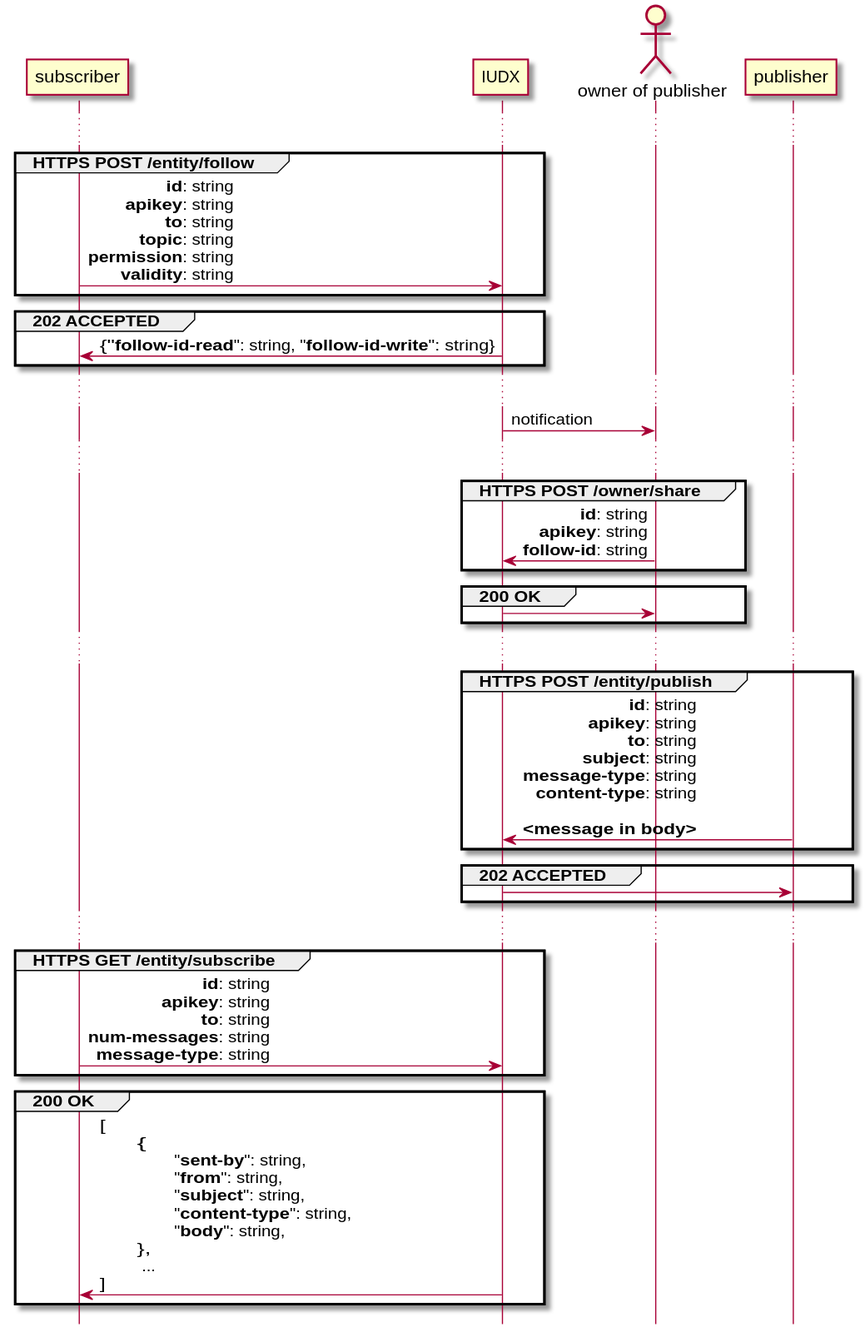
Above: DOCS/api/publish.svg in rbccps-iisc/corinthian (PlantUML), before the change.
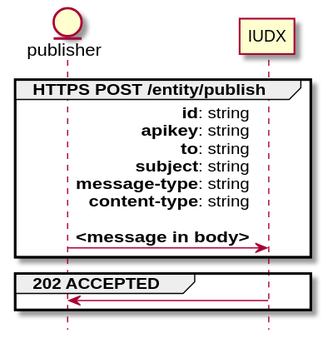
The same diagram one commit later.

Commit message:
[skip travis] update diagrams

Diff of the diagram source:
```diff
@@ -1,38 +1,7 @@
 @startuml
 hide footbox
 
-
-
-...
-group HTTPS POST /entity/follow
-subscriber -> IUDX: **id**: string\r**apikey**: string\r**to**: string\r**topic**: string\r**permission**: string\r**validity**: string
-end
-
-group 202 ACCEPTED
-IUDX -> subscriber: {"**follow-id-read**": string, "**follow-id-write**": string}
-end
-
-...
-
-    actor "owner of publisher"
-
-	participant publisher
-
-
-
-IUDX -> "owner of publisher" : notification
-
-...
-
-group HTTPS POST /owner/share
-"owner of publisher" -> IUDX : **id**: string\r**apikey**: string\r**follow-id**: string
-end
-
-group 200 OK
-IUDX -> "owner of publisher"
-end
-
-...
+entity publisher
 
 group HTTPS POST /entity/publish
 publisher -> IUDX: **id**: string\r**apikey**: string\r**to**: string\r**subject**: string\r**message-type**: string\r**content-type**: string\r\r**<message in body>**
@@ -41,14 +10,4 @@
 group 202 ACCEPTED
 IUDX -> publisher:
 end
-
-...
-group HTTPS GET /entity/subscribe
-
-subscriber -> IUDX: **id**: string\r**apikey**: string\r**to**: string\r**num-messages**: string\r**message-type**: string
-end
-
-group 200 OK
-IUDX -> subscriber: [\l\t{\t\r\t\t"**sent-by**": string,\r\t\t"**from**": string,\r\t\t"**subject**": string,\r\t\t"**content-type**": string,\r\t\t"**body**": string,\r\t},\l\t ...\l]
-end
 @enduml
```
